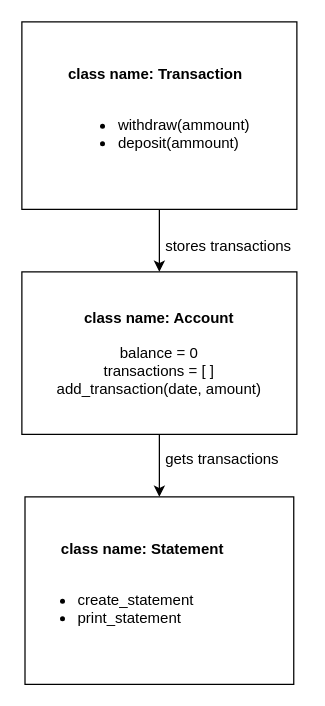
HOOLAHAN/tech_tests keeps this draw.io diagram as bank_tech_test_ruby/design.drawio. Above is the earlier version. Source tidied: cells renumbered, new cells numbered last; positions are measured from the earlier drawing's top-left corner, leaving out a move shared by most shapes. Both pictures are drawn from the tidied source at 125%, with x=0, y=0 at pixel (21, 21).
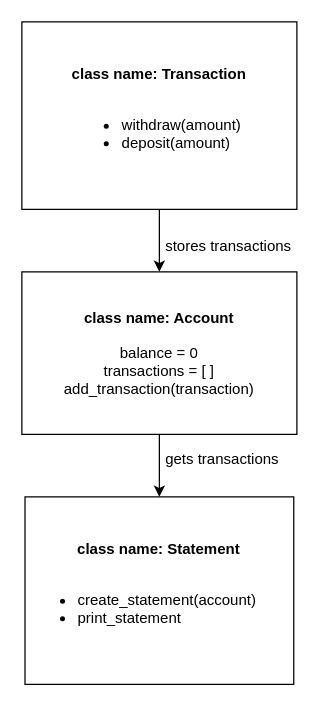
The same page after the edit.

Commit message (it also covers changes not shown here):
update class diagram / drawio

The edit, as a diff of the source:
```diff
@@
 <mxGraphModel>
   <root>
     <mxCell id="0" />
     <mxCell id="1" parent="0" />
     <mxCell id="2" style="edgeStyle=none;html=1;exitX=0.5;exitY=1;exitDx=0;exitDy=0;entryX=0.5;entryY=0;entryDx=0;entryDy=0;" parent="1" edge="1" source="3" target="5">
       <mxGeometry relative="1" as="geometry" />
     </mxCell>
-    <mxCell id="3" value="&lt;div style=&quot;text-align: left&quot;&gt;&lt;span&gt;&lt;b&gt;class name: Transaction&lt;/b&gt;&lt;/span&gt;&lt;/div&gt;&lt;br&gt;&lt;div style=&quot;text-align: left&quot;&gt;&lt;ul&gt;&lt;li&gt;&lt;span&gt;withdraw(ammount)&lt;/span&gt;&lt;/li&gt;&lt;li&gt;&lt;span&gt;deposit(ammount)&lt;/span&gt;&lt;/li&gt;&lt;/ul&gt;&lt;/div&gt;" style="whiteSpace=wrap;html=1;" parent="1" vertex="1">
+    <mxCell id="3" value="&lt;div style=&quot;text-align: left&quot;&gt;&lt;span&gt;&lt;b&gt;class name: Transaction&lt;/b&gt;&lt;/span&gt;&lt;/div&gt;&lt;br&gt;&lt;div style=&quot;text-align: left&quot;&gt;&lt;ul&gt;&lt;li&gt;&lt;span&gt;withdraw(amount)&lt;/span&gt;&lt;/li&gt;&lt;li&gt;&lt;span&gt;deposit(amount)&lt;/span&gt;&lt;/li&gt;&lt;/ul&gt;&lt;/div&gt;" style="whiteSpace=wrap;html=1;" parent="1" vertex="1">
       <mxGeometry width="220" height="150" as="geometry" />
     </mxCell>
     <mxCell id="4" style="edgeStyle=none;html=1;exitX=0.5;exitY=1;exitDx=0;exitDy=0;entryX=0.5;entryY=0;entryDx=0;entryDy=0;" parent="1" edge="1" source="5" target="6">
       <mxGeometry relative="1" as="geometry" />
     </mxCell>
-    <mxCell id="5" value="&lt;b&gt;class name: Account&lt;br&gt;&lt;/b&gt;&lt;br&gt;balance = 0&lt;br&gt;transactions = [ ]&lt;br&gt;add_transaction(date, amount)" style="whiteSpace=wrap;html=1;" parent="1" vertex="1">
+    <mxCell id="5" value="&lt;b&gt;class name: Account&lt;br&gt;&lt;/b&gt;&lt;br&gt;balance = 0&lt;br&gt;transactions = [ ]&lt;br&gt;add_transaction(transaction)" style="whiteSpace=wrap;html=1;" parent="1" vertex="1">
       <mxGeometry y="200" width="220" height="130" as="geometry" />
     </mxCell>
-    <mxCell id="6" value="&lt;div style=&quot;text-align: center&quot;&gt;&lt;b&gt;&lt;span style=&quot;white-space: pre&quot;&gt;&#9;&lt;/span&gt;class name: Statement&lt;/b&gt;&lt;/div&gt;&lt;div style=&quot;text-align: center&quot;&gt;&lt;br&gt;&lt;/div&gt;&lt;ul&gt;&lt;li&gt;create_statement&lt;/li&gt;&lt;li&gt;print_statement&lt;/li&gt;&lt;/ul&gt;" style="whiteSpace=wrap;html=1;align=left;" parent="1" vertex="1">
+    <mxCell id="6" value="&lt;div style=&quot;text-align: center&quot;&gt;&lt;b&gt;&lt;span style=&quot;white-space: pre&quot;&gt;&#9;&lt;/span&gt;class name: Statement&lt;/b&gt;&lt;/div&gt;&lt;div style=&quot;text-align: center&quot;&gt;&lt;br&gt;&lt;/div&gt;&lt;ul&gt;&lt;li&gt;create_statement(account)&lt;/li&gt;&lt;li&gt;print_statement&lt;/li&gt;&lt;/ul&gt;" style="whiteSpace=wrap;html=1;align=left;" parent="1" vertex="1">
       <mxGeometry x="2.5" y="380" width="215" height="150" as="geometry" />
     </mxCell>
     <mxCell id="7" value="stores transactions" style="text;html=1;align=center;verticalAlign=middle;strokeColor=none;fillColor=none;" parent="1" vertex="1">
       <mxGeometry x="105" y="170" width="120" height="20" as="geometry" />
     </mxCell>
     <mxCell id="8" value="gets transactions" style="text;html=1;align=center;verticalAlign=middle;strokeColor=none;fillColor=none;" parent="1" vertex="1">
       <mxGeometry x="105" y="340" width="110" height="20" as="geometry" />
     </mxCell>
   </root>
 </mxGraphModel>
```
